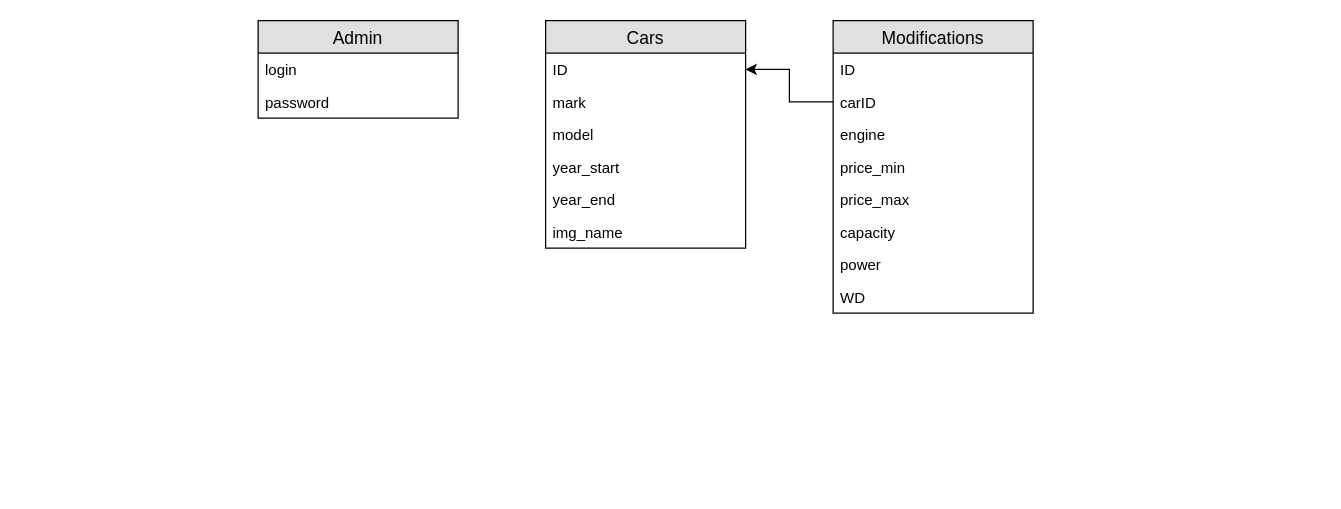
Vadim-12/au-sh keeps this draw.io diagram as db_diagram.drawio. Above is the earlier version. Source tidied: cells renumbered, new cells numbered last; positions are measured from the earlier drawing's top-left corner, leaving out a move shared by most shapes. Both pictures are drawn from the tidied source at 125%, with x=0, y=0 at pixel (258, 20).
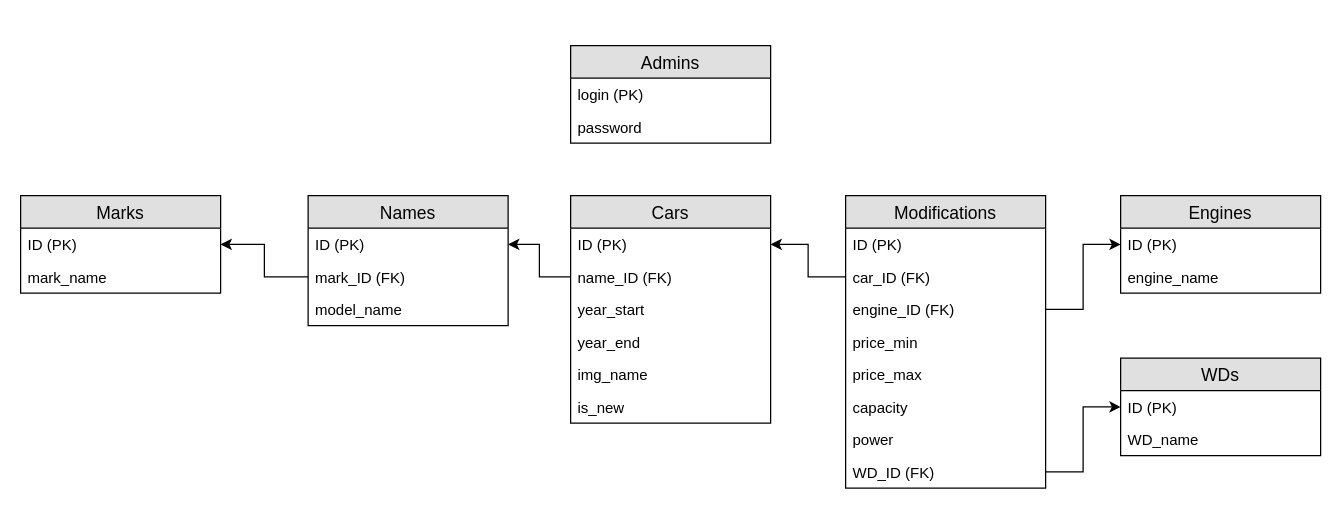
After the change.

What changed in the source:
```diff
@@
     <mxCell id="2" value="Modifications" style="swimlane;fontStyle=0;horizontal=1;startSize=26;fillColor=#e0e0e0;swimlaneFillColor=#ffffff;align=center;fontSize=14;" parent="1" vertex="1">
-      <mxGeometry x="460" width="160" height="234" as="geometry" />
+      <mxGeometry x="470" y="140" width="160" height="234" as="geometry" />
     </mxCell>
-    <mxCell id="3" value="ID" style="text;strokeColor=none;fillColor=none;spacingLeft=4;spacingRight=4;overflow=hidden;fontSize=12;" parent="2" vertex="1">
+    <mxCell id="3" value="ID (PK)" style="text;strokeColor=none;fillColor=none;spacingLeft=4;spacingRight=4;overflow=hidden;fontSize=12;" parent="2" vertex="1">
       <mxGeometry y="26" width="160" height="26" as="geometry" />
     </mxCell>
-    <mxCell id="4" value="carID" style="text;strokeColor=none;fillColor=none;spacingLeft=4;spacingRight=4;overflow=hidden;points=[[0,0.5],[1,0.5]];portConstraint=eastwest;fontSize=12;" parent="2" vertex="1">
+    <mxCell id="4" value="car_ID (FK)" style="text;strokeColor=none;fillColor=none;spacingLeft=4;spacingRight=4;overflow=hidden;points=[[0,0.5],[1,0.5]];portConstraint=eastwest;fontSize=12;" parent="2" vertex="1">
       <mxGeometry y="52" width="160" height="26" as="geometry" />
     </mxCell>
-    <mxCell id="5" value="engine" style="text;strokeColor=none;fillColor=none;spacingLeft=4;spacingRight=4;overflow=hidden;points=[[0,0.5],[1,0.5]];portConstraint=eastwest;fontSize=12;" parent="2" vertex="1">
+    <mxCell id="5" value="engine_ID (FK)" style="text;strokeColor=none;fillColor=none;spacingLeft=4;spacingRight=4;overflow=hidden;points=[[0,0.5],[1,0.5]];portConstraint=eastwest;fontSize=12;" parent="2" vertex="1">
       <mxGeometry y="78" width="160" height="26" as="geometry" />
     </mxCell>
@@
-    <mxCell id="10" value="WD" style="text;strokeColor=none;fillColor=none;spacingLeft=4;spacingRight=4;overflow=hidden;points=[[0,0.5],[1,0.5]];portConstraint=eastwest;fontSize=12;" parent="2" vertex="1">
+    <mxCell id="10" value="WD_ID (FK)" style="text;strokeColor=none;fillColor=none;spacingLeft=4;spacingRight=4;overflow=hidden;points=[[0,0.5],[1,0.5]];portConstraint=eastwest;fontSize=12;" parent="2" vertex="1">
       <mxGeometry y="208" width="160" height="26" as="geometry" />
     </mxCell>
     <mxCell id="11" value="Cars" style="swimlane;fontStyle=0;horizontal=1;startSize=26;fillColor=#e0e0e0;swimlaneFillColor=#ffffff;align=center;fontSize=14;" parent="1" vertex="1">
-      <mxGeometry x="230" width="160" height="182" as="geometry" />
+      <mxGeometry x="250" y="140" width="160" height="182" as="geometry" />
     </mxCell>
-    <mxCell id="12" value="ID" style="text;strokeColor=none;fillColor=none;spacingLeft=4;spacingRight=4;overflow=hidden;points=[[0,0.5],[1,0.5]];portConstraint=eastwest;fontSize=12;align=left;" parent="11" vertex="1">
+    <mxCell id="12" value="ID (PK)" style="text;strokeColor=none;fillColor=none;spacingLeft=4;spacingRight=4;overflow=hidden;points=[[0,0.5],[1,0.5]];portConstraint=eastwest;fontSize=12;align=left;" parent="11" vertex="1">
       <mxGeometry y="26" width="160" height="26" as="geometry" />
     </mxCell>
-    <mxCell id="13" value="mark" style="text;strokeColor=none;fillColor=none;spacingLeft=4;spacingRight=4;overflow=hidden;fontSize=12;" parent="11" vertex="1">
-      <mxGeometry y="52" width="160" height="26" as="geometry" />
-    </mxCell>
-    <mxCell id="14" value="model" style="text;strokeColor=none;fillColor=none;spacingLeft=4;spacingRight=4;overflow=hidden;points=[[0,0.5],[1,0.5]];portConstraint=eastwest;fontSize=12;" parent="11" vertex="1">
-      <mxGeometry y="78" width="160" height="26" as="geometry" />
+    <mxCell id="14" value="name_ID (FK)" style="text;strokeColor=none;fillColor=none;spacingLeft=4;spacingRight=4;overflow=hidden;points=[[0,0.5],[1,0.5]];portConstraint=eastwest;fontSize=12;" parent="11" vertex="1">
+      <mxGeometry y="52" width="160" height="26" as="geometry" />
     </mxCell>
     <mxCell id="15" value="year_start" style="text;strokeColor=none;fillColor=none;spacingLeft=4;spacingRight=4;overflow=hidden;fontSize=12;" parent="11" vertex="1">
-      <mxGeometry y="104" width="160" height="26" as="geometry" />
+      <mxGeometry y="78" width="160" height="26" as="geometry" />
     </mxCell>
     <mxCell id="16" value="year_end" style="text;strokeColor=none;fillColor=none;spacingLeft=4;spacingRight=4;overflow=hidden;fontSize=12;" parent="11" vertex="1">
-      <mxGeometry y="130" width="160" height="26" as="geometry" />
+      <mxGeometry y="104" width="160" height="26" as="geometry" />
     </mxCell>
     <mxCell id="17" value="img_name" style="text;strokeColor=none;fillColor=none;spacingLeft=4;spacingRight=4;overflow=hidden;fontSize=12;" parent="11" vertex="1">
-      <mxGeometry y="156" width="160" height="26" as="geometry" />
+      <mxGeometry y="130" width="160" height="26" as="geometry" />
     </mxCell>
+    <mxCell id="22" value="is_new" style="text;strokeColor=none;fillColor=none;spacingLeft=4;spacingRight=4;overflow=hidden;fontSize=12;" parent="11" vertex="1">
+      <mxGeometry y="156" width="160" height="26" as="geometry" />
+    </mxCell>
-    <mxCell id="18" value="Admin" style="swimlane;fontStyle=0;horizontal=1;startSize=26;fillColor=#e0e0e0;swimlaneFillColor=#ffffff;align=center;fontSize=14;" parent="1" vertex="1">
-      <mxGeometry width="160" height="78" as="geometry" />
+    <mxCell id="18" value="Admins" style="swimlane;fontStyle=0;horizontal=1;startSize=26;fillColor=#e0e0e0;swimlaneFillColor=#ffffff;align=center;fontSize=14;" parent="1" vertex="1">
+      <mxGeometry x="250" y="20" width="160" height="78" as="geometry" />
     </mxCell>
-    <mxCell id="19" value="login" style="text;strokeColor=none;fillColor=none;spacingLeft=4;spacingRight=4;overflow=hidden;fontSize=12;" parent="18" vertex="1">
+    <mxCell id="19" value="login (PK)" style="text;strokeColor=none;fillColor=none;spacingLeft=4;spacingRight=4;overflow=hidden;fontSize=12;" parent="18" vertex="1">
       <mxGeometry y="26" width="160" height="26" as="geometry" />
     </mxCell>
@@
+    <mxCell id="23" value="WDs" style="swimlane;fontStyle=0;horizontal=1;startSize=26;fillColor=#e0e0e0;swimlaneFillColor=#ffffff;align=center;fontSize=14;" parent="1" vertex="1">
+      <mxGeometry x="690" y="270" width="160" height="78" as="geometry" />
+    </mxCell>
+    <mxCell id="24" value="ID (PK)" style="text;strokeColor=none;fillColor=none;spacingLeft=4;spacingRight=4;overflow=hidden;fontSize=12;align=left;" parent="23" vertex="1">
+      <mxGeometry y="26" width="160" height="26" as="geometry" />
+    </mxCell>
+    <mxCell id="25" value="WD_name" style="text;strokeColor=none;fillColor=none;spacingLeft=4;spacingRight=4;overflow=hidden;fontSize=12;" parent="23" vertex="1">
+      <mxGeometry y="52" width="160" height="26" as="geometry" />
+    </mxCell>
+    <mxCell id="26" style="edgeStyle=orthogonalEdgeStyle;rounded=0;jettySize=auto;html=1;exitX=1;exitY=0.5;exitDx=0;exitDy=0;entryX=0;entryY=0.5;entryDx=0;entryDy=0;" parent="1" edge="1" source="10" target="23">
+      <mxGeometry relative="1" as="geometry" />
+    </mxCell>
+    <mxCell id="27" value="Engines" style="swimlane;fontStyle=0;horizontal=1;startSize=26;fillColor=#e0e0e0;swimlaneFillColor=#ffffff;align=center;fontSize=14;" parent="1" vertex="1">
+      <mxGeometry x="690" y="140" width="160" height="78" as="geometry" />
+    </mxCell>
+    <mxCell id="28" value="ID (PK)" style="text;strokeColor=none;fillColor=none;spacingLeft=4;spacingRight=4;overflow=hidden;points=[[0,0.5],[1,0.5]];portConstraint=eastwest;fontSize=12;align=left;" parent="27" vertex="1">
+      <mxGeometry y="26" width="160" height="26" as="geometry" />
+    </mxCell>
+    <mxCell id="29" value="engine_name" style="text;strokeColor=none;fillColor=none;spacingLeft=4;spacingRight=4;overflow=hidden;fontSize=12;" parent="27" vertex="1">
+      <mxGeometry y="52" width="160" height="26" as="geometry" />
+    </mxCell>
+    <mxCell id="30" style="edgeStyle=orthogonalEdgeStyle;rounded=0;jettySize=auto;html=1;exitX=1;exitY=0.5;exitDx=0;exitDy=0;entryX=0;entryY=0.5;entryDx=0;entryDy=0;" parent="1" edge="1" source="5" target="28">
+      <mxGeometry relative="1" as="geometry" />
+    </mxCell>
+    <mxCell id="31" value="Marks" style="swimlane;fontStyle=0;horizontal=1;startSize=26;fillColor=#e0e0e0;swimlaneFillColor=#ffffff;align=center;fontSize=14;" parent="1" vertex="1">
+      <mxGeometry x="-190" y="140" width="160" height="78" as="geometry" />
+    </mxCell>
+    <mxCell id="32" value="ID (PK)" style="text;strokeColor=none;fillColor=none;spacingLeft=4;spacingRight=4;overflow=hidden;points=[[0,0.5],[1,0.5]];portConstraint=eastwest;fontSize=12;align=left;" parent="31" vertex="1">
+      <mxGeometry y="26" width="160" height="26" as="geometry" />
+    </mxCell>
+    <mxCell id="33" value="mark_name" style="text;strokeColor=none;fillColor=none;spacingLeft=4;spacingRight=4;overflow=hidden;fontSize=12;" parent="31" vertex="1">
+      <mxGeometry y="52" width="160" height="26" as="geometry" />
+    </mxCell>
+    <mxCell id="34" value="Names" style="swimlane;fontStyle=0;horizontal=1;startSize=26;fillColor=#e0e0e0;swimlaneFillColor=#ffffff;align=center;fontSize=14;" parent="1" vertex="1">
+      <mxGeometry x="40" y="140" width="160" height="104" as="geometry" />
+    </mxCell>
+    <mxCell id="35" value="ID (PK)" style="text;strokeColor=none;fillColor=none;spacingLeft=4;spacingRight=4;overflow=hidden;points=[[0,0.5],[1,0.5]];portConstraint=eastwest;fontSize=12;align=left;" parent="34" vertex="1">
+      <mxGeometry y="26" width="160" height="26" as="geometry" />
+    </mxCell>
+    <mxCell id="36" value="mark_ID (FK)" style="text;strokeColor=none;fillColor=none;spacingLeft=4;spacingRight=4;overflow=hidden;points=[[0,0.5],[1,0.5]];portConstraint=eastwest;fontSize=12;" parent="34" vertex="1">
+      <mxGeometry y="52" width="160" height="26" as="geometry" />
+    </mxCell>
+    <mxCell id="37" value="model_name" style="text;strokeColor=none;fillColor=none;spacingLeft=4;spacingRight=4;overflow=hidden;fontSize=12;" parent="34" vertex="1">
+      <mxGeometry y="78" width="160" height="26" as="geometry" />
+    </mxCell>
+    <mxCell id="38" style="edgeStyle=orthogonalEdgeStyle;rounded=0;jettySize=auto;html=1;exitX=0;exitY=0.5;exitDx=0;exitDy=0;entryX=1;entryY=0.5;entryDx=0;entryDy=0;" parent="1" edge="1" source="36" target="32">
+      <mxGeometry relative="1" as="geometry" />
+    </mxCell>
+    <mxCell id="39" style="edgeStyle=orthogonalEdgeStyle;rounded=0;jettySize=auto;html=1;exitX=0;exitY=0.5;exitDx=0;exitDy=0;entryX=1;entryY=0.5;entryDx=0;entryDy=0;" parent="1" edge="1" source="14" target="35">
+      <mxGeometry relative="1" as="geometry" />
+    </mxCell>
```
